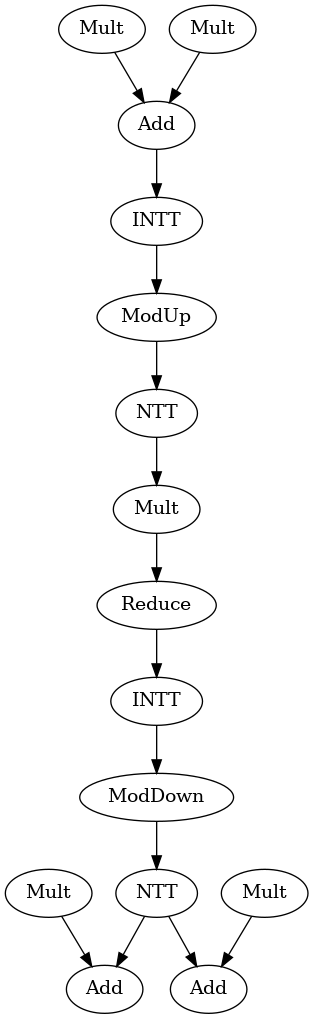
This is lib/fusion/graph.png from hal-lab-u-tokyo/PolyFHE, a Graphviz export, as it was before one commit. Its source is kept beside it as lib/fusion/graph.dot.
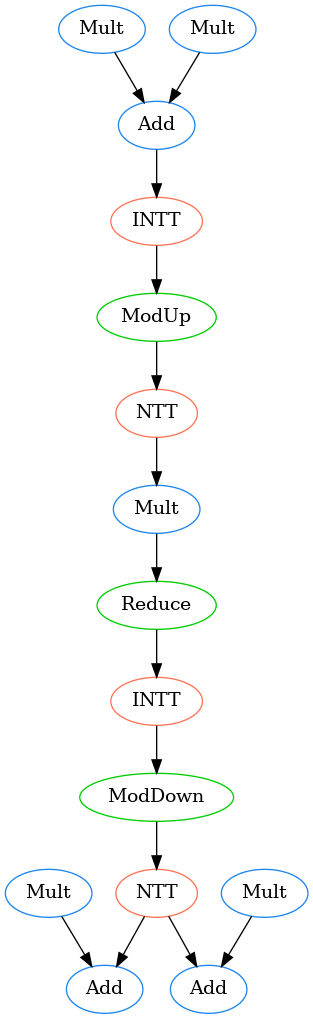
Above is the later version.

The edit, as a diff of the source:
```diff
@@ -1,19 +1,19 @@
 digraph G {
-0[label=Mult];
-1[label=Mult];
-2[label=Mult];
-3[label=Mult];
-4[label=Add];
-5[label=INTT];
-6[label=ModUp];
-7[label=NTT];
-8[label=Mult];
-9[label=Reduce];
-10[label=INTT];
-11[label=ModDown];
-12[label=NTT];
-13[label=Add];
-14[label=Add];
+0 [color=dodgerblue2, label=Mult];
+1 [color=dodgerblue2, label=Mult];
+2 [color=dodgerblue2, label=Mult];
+3 [color=dodgerblue2, label=Mult];
+4 [color=dodgerblue2, label=Add];
+5 [color=coral1, label=INTT];
+6 [color=green3, label=ModUp];
+7 [color=coral1, label=NTT];
+8 [color=dodgerblue2, label=Mult];
+9 [color=green3, label=Reduce];
+10 [color=coral1, label=INTT];
+11 [color=green3, label=ModDown];
+12 [color=coral1, label=NTT];
+13 [color=dodgerblue2, label=Add];
+14 [color=dodgerblue2, label=Add];
 0->13 ;
 1->4 ;
 2->4 ;
```
